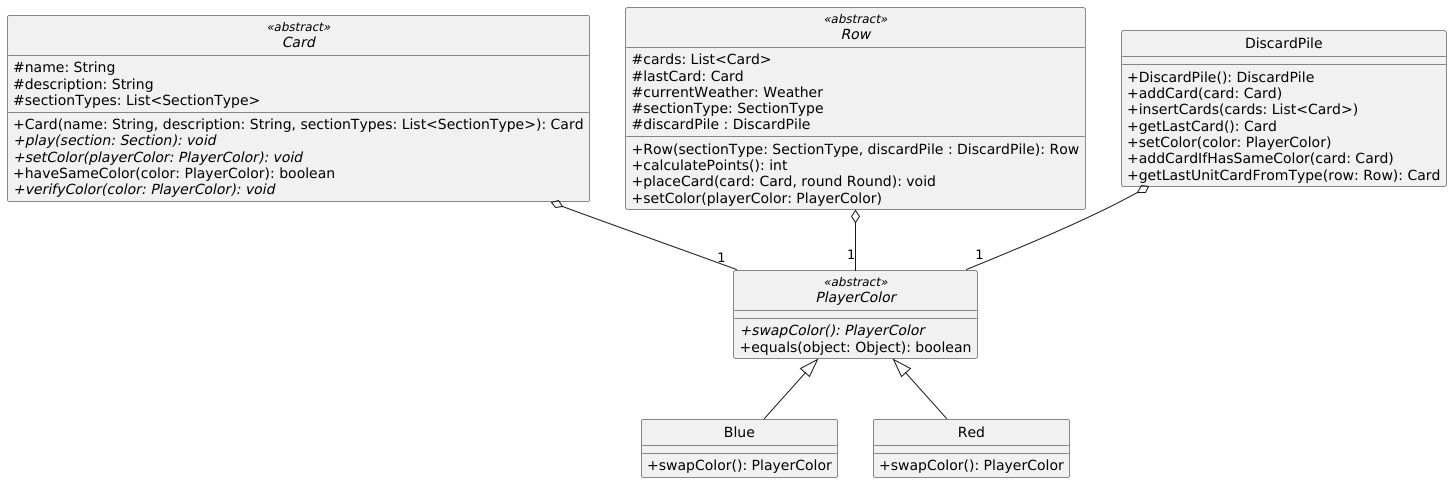
This is diagrams/classes/colors.png from Yonhir/algo3_proyecto_base_tp2, a PlantUML export, as it was before one commit.
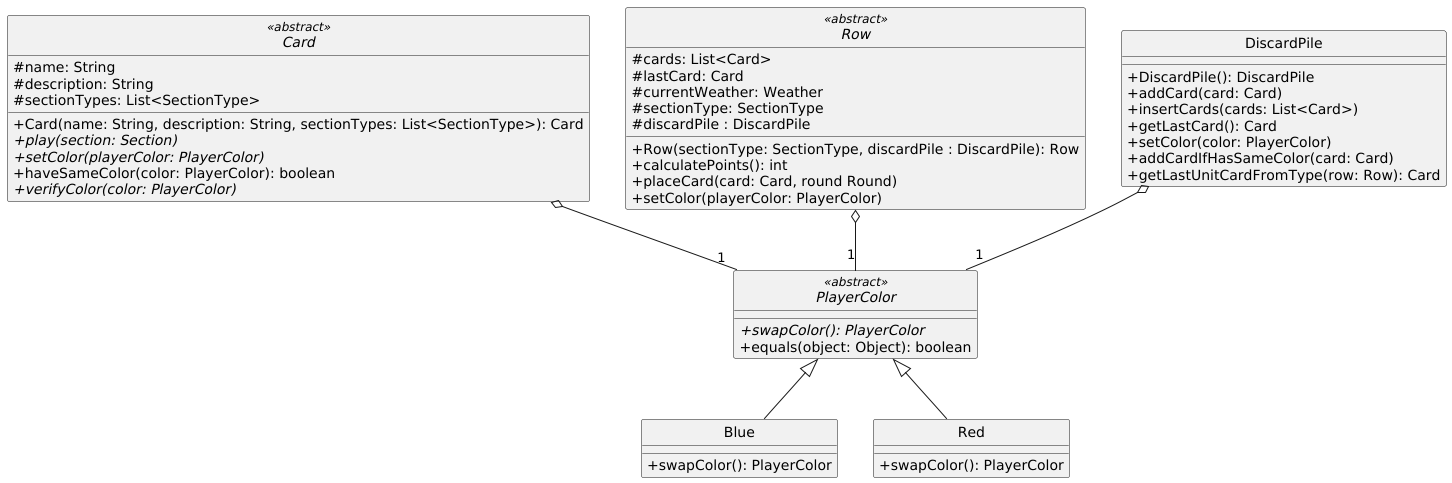
Above is the later version.

Commit message:
saco los :void

What changed in the source:
```diff
@@ -9,10 +9,10 @@
   #description: String
   #sectionTypes: List<SectionType>
   +Card(name: String, description: String, sectionTypes: List<SectionType>): Card
-  +{abstract}play(section: Section): void
-  +{abstract}setColor(playerColor: PlayerColor): void
+  +{abstract}play(section: Section)
+  +{abstract}setColor(playerColor: PlayerColor)
   +haveSameColor(color: PlayerColor): boolean
-  +{abstract}verifyColor(color: PlayerColor): void
+  +{abstract}verifyColor(color: PlayerColor)
 }
 
 abstract class Row <<abstract>> {
@@ -23,7 +23,7 @@
   #discardPile : DiscardPile
   +Row(sectionType: SectionType, discardPile : DiscardPile): Row
   +calculatePoints(): int
-  +placeCard(card: Card, round Round): void
+  +placeCard(card: Card, round Round)
   +setColor(playerColor: PlayerColor)
 }
 
```
